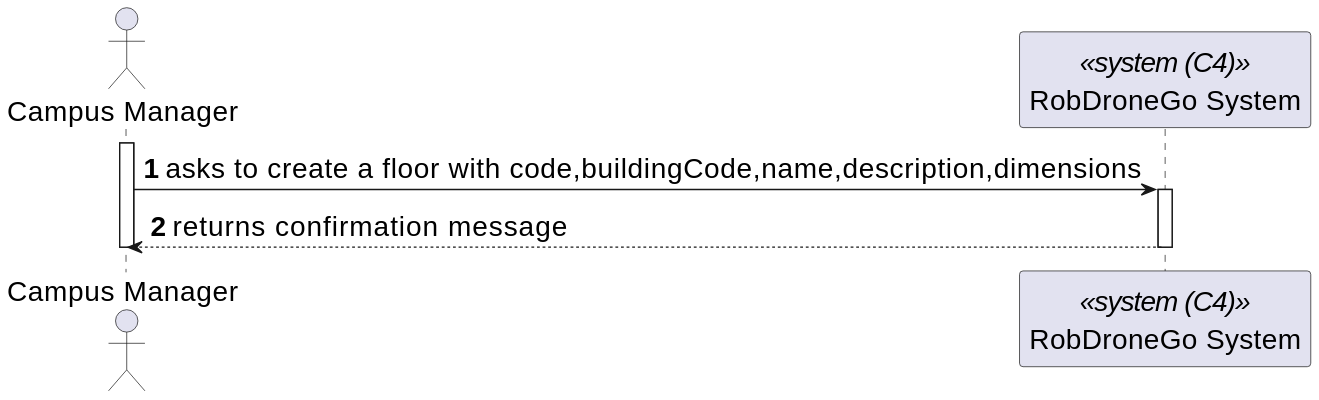
Above: _wiki/sprint-a/us06-200/views/level-1/assets/process-view.svg in miseEnPlace-dev/lapr5 (PlantUML), before the change. Source of this version:
```plantuml
@startuml
skinparamlocked defaultFontSize 20
autonumber

actor CM as "Campus Manager"
participant SYS as "RobDroneGo System" <<system (C4)>>

activate CM

CM -> SYS : asks to create a floor with code,buildingCode,name,description,dimensions
activate SYS

CM <-- SYS : returns confirmation message
deactivate SYS

deactivate CM
@enduml
```
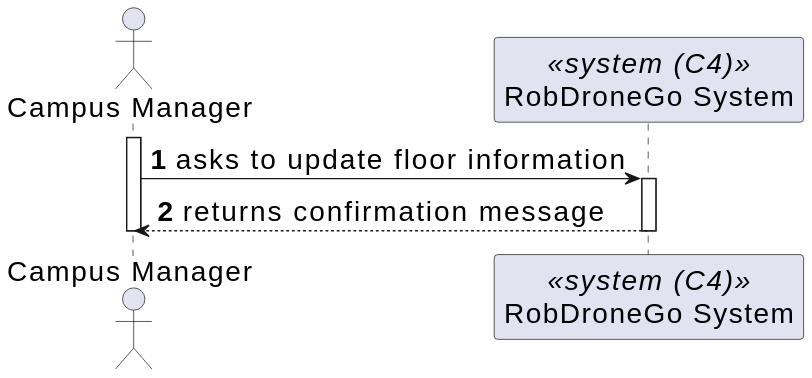
After the change.

What changed in the source:
```diff
@@ -7,7 +7,7 @@
 
 activate CM
 
-CM -> SYS : asks to create a floor with code,buildingCode,name,description,dimensions
+CM -> SYS : asks to update floor information
 activate SYS
 
 CM <-- SYS : returns confirmation message
```
